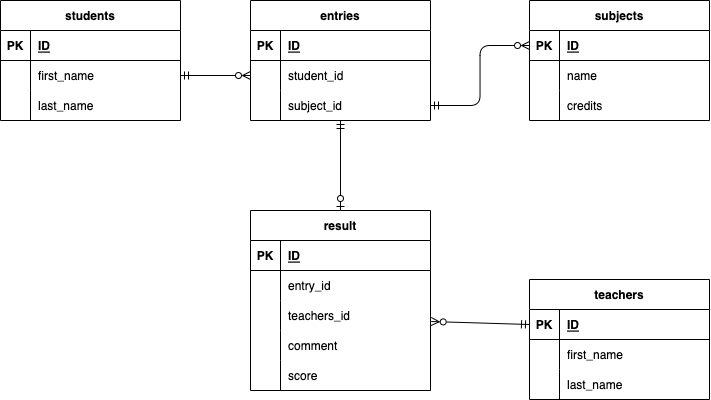
Above: index.drawio.png in seki221/DB-design (draw.io), before the change. Source tidied: cells renumbered, new cells last; positions are measured from the earlier drawing's top-left corner, leaving out a move shared by most shapes.
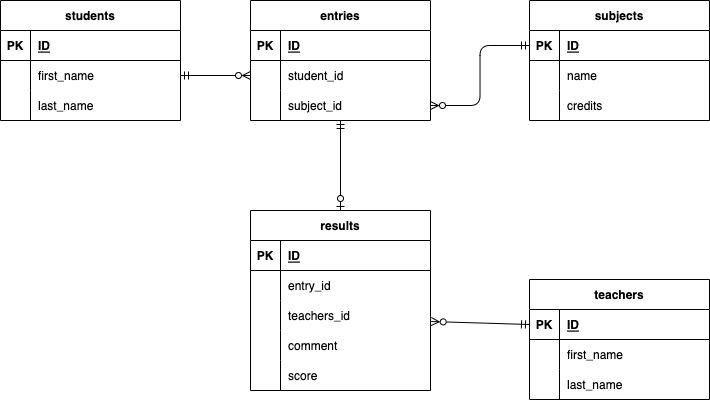
The same file after the commit.

What changed in the source:
```diff
@@ -67,7 +67,7 @@
         <mxPoint x="529" y="324" as="sourcePoint" />
       </mxGeometry>
     </mxCell>
-    <mxCell id="23" value="result" style="shape=table;startSize=30;rowLines=0;fontStyle=1;align=center;shadow=0;" parent="1" vertex="1">
+    <mxCell id="23" value="results" style="shape=table;startSize=30;rowLines=0;fontStyle=1;align=center;shadow=0;" parent="1" vertex="1">
       <mxGeometry x="250" y="210" width="180" height="180" as="geometry" />
     </mxCell>
     <mxCell id="24" style="shape=tableRow;horizontal=0;startSize=0;swimlaneHead=0;swimlaneBody=0;fillColor=none;top=0;left=0;right=0;bottom=1;shadow=0;" parent="23" vertex="1">
@@ -181,7 +181,7 @@
     <mxCell id="60" value="subject_id" style="shape=partialRectangle;fillColor=none;top=0;left=0;bottom=0;right=0;align=left;spacingLeft=6;overflow=hidden;shadow=0;" parent="58" vertex="1">
       <mxGeometry x="30" width="150" height="30" as="geometry" />
     </mxCell>
-    <mxCell id="61" style="fontSize=12;html=1;endArrow=ERmandOne;startArrow=ERzeroToMany;rounded=1;sourcePerimeterSpacing=0;entryX=1;entryY=0.5;entryDx=0;entryDy=0;exitX=0;exitY=0.5;exitDx=0;exitDy=0;endFill=0;startFill=0;edgeStyle=orthogonalEdgeStyle;" parent="1" edge="1" source="41" target="58">
+    <mxCell id="61" style="fontSize=12;html=1;endArrow=ERzeroToMany;startArrow=ERmandOne;rounded=1;sourcePerimeterSpacing=0;entryX=1;entryY=0.5;entryDx=0;entryDy=0;exitX=0;exitY=0.5;exitDx=0;exitDy=0;endFill=0;startFill=0;edgeStyle=orthogonalEdgeStyle;" parent="1" edge="1" source="41" target="58">
       <mxGeometry relative="1" as="geometry" />
     </mxCell>
   </root>
```
